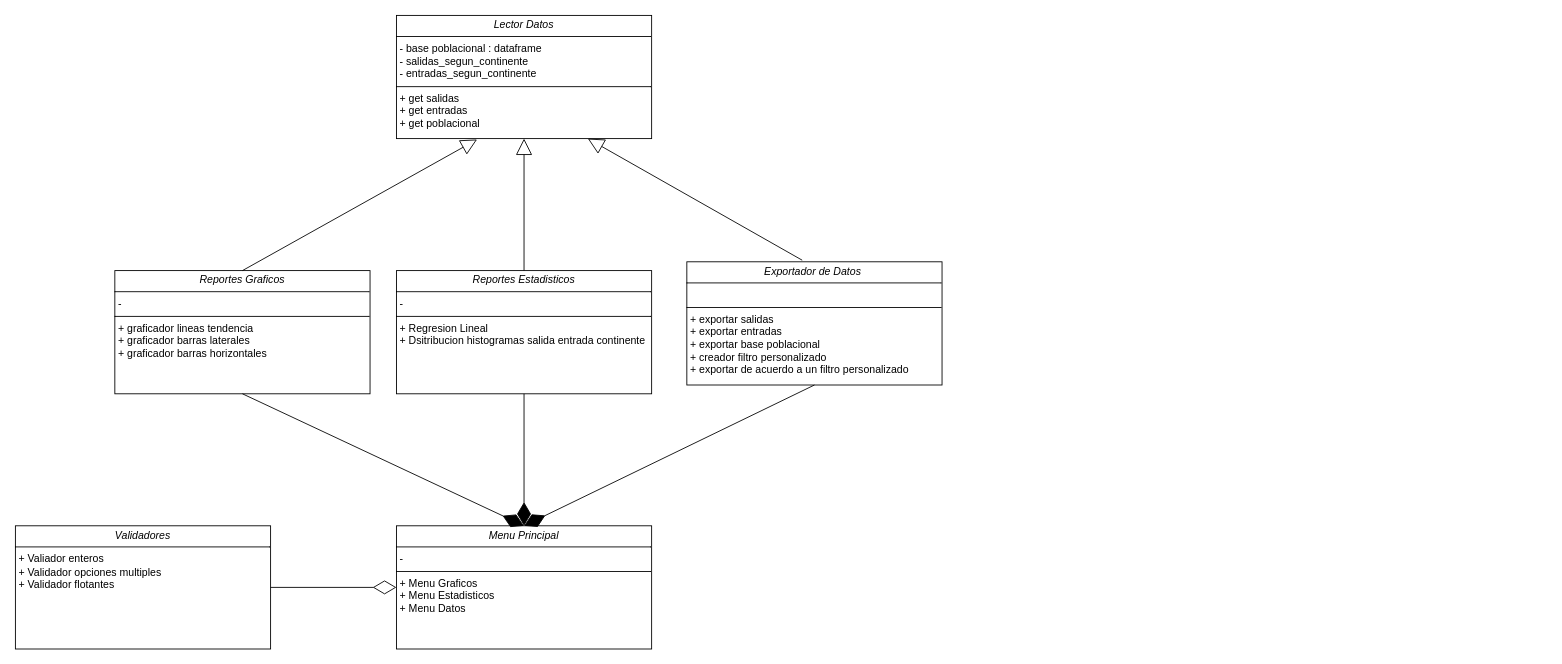
Code0008/PROYECTO_FINAL_POO_CC201 keeps this draw.io diagram as Diagrama sin título.drawio. Above is the earlier version. Source tidied: cells renumbered, new cells numbered last; positions are measured from the earlier drawing's top-left corner, leaving out a move shared by most shapes. Both pictures are drawn from the tidied source at 88%, with x=0, y=0 at pixel (15, 15).
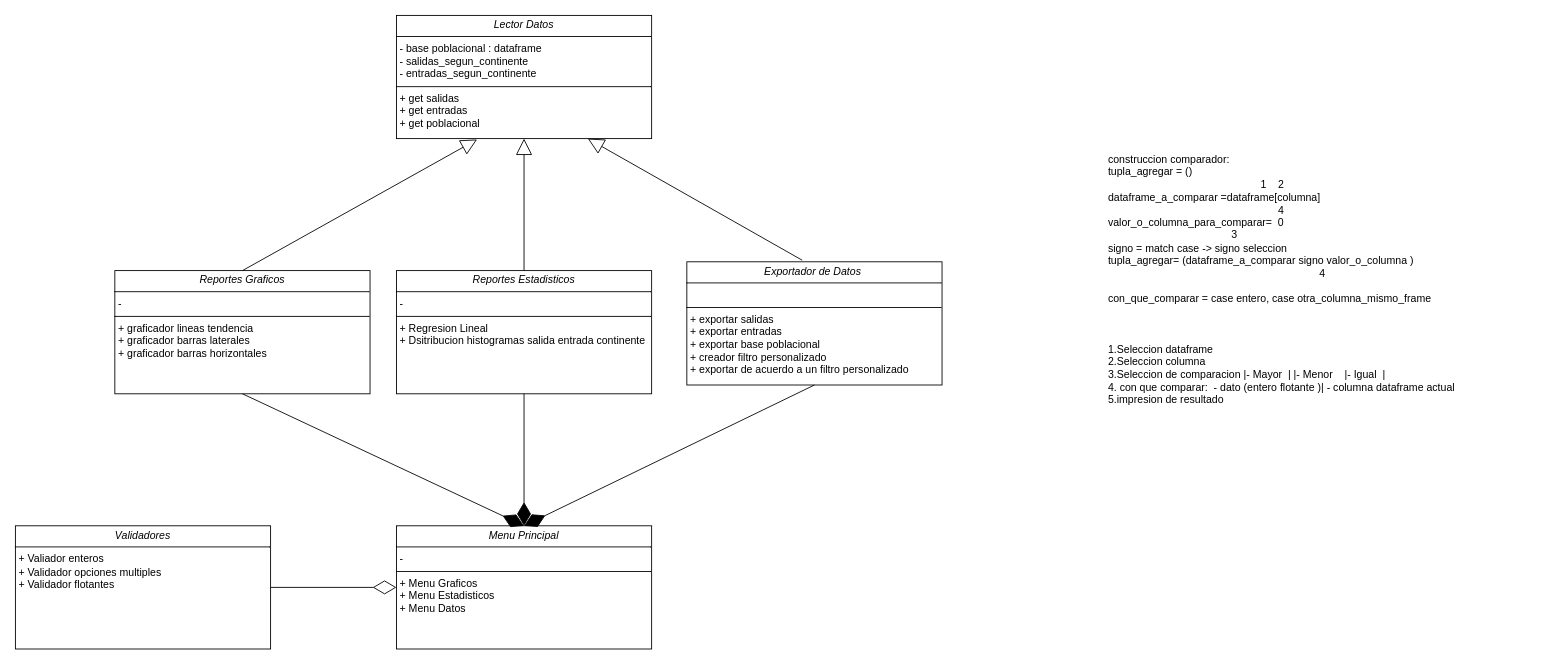
The same page after the edit.

Change to the diagram source:
```diff
@@
 <mxGraphModel>
   <root>
     <mxCell id="0" />
     <mxCell id="1" parent="0" />
     <mxCell id="2" value="&lt;p style=&quot;margin:0px;margin-top:4px;text-align:center;&quot;&gt;&lt;i&gt;Lector Datos&lt;/i&gt;&lt;/p&gt;&lt;hr size=&quot;1&quot; style=&quot;border-style:solid;&quot;&gt;&lt;p style=&quot;margin:0px;margin-left:4px;&quot;&gt;- base poblacional : dataframe&lt;br&gt;- salidas_segun_continente&lt;/p&gt;&lt;p style=&quot;margin:0px;margin-left:4px;&quot;&gt;- entradas_segun_continente&lt;/p&gt;&lt;hr size=&quot;1&quot; style=&quot;border-style:solid;&quot;&gt;&lt;p style=&quot;margin:0px;margin-left:4px;&quot;&gt;+ get salidas&lt;br&gt;+ get entradas&lt;/p&gt;&lt;p style=&quot;margin:0px;margin-left:4px;&quot;&gt;+ get poblacional&lt;/p&gt;" style="verticalAlign=top;align=left;overflow=fill;html=1;whiteSpace=wrap;" parent="1" vertex="1">
       <mxGeometry x="433" width="290" height="140" as="geometry" />
     </mxCell>
     <mxCell id="3" value="&lt;p style=&quot;margin:0px;margin-top:4px;text-align:center;&quot;&gt;&lt;i&gt;Reportes Graficos&lt;/i&gt;&lt;/p&gt;&lt;hr size=&quot;1&quot; style=&quot;border-style:solid;&quot;&gt;&lt;p style=&quot;margin:0px;margin-left:4px;&quot;&gt;-&lt;/p&gt;&lt;hr size=&quot;1&quot; style=&quot;border-style:solid;&quot;&gt;&lt;p style=&quot;margin:0px;margin-left:4px;&quot;&gt;+ graficador lineas tendencia&lt;br&gt;+ graficador barras laterales&lt;/p&gt;&lt;p style=&quot;margin:0px;margin-left:4px;&quot;&gt;+ graficador barras horizontales&lt;/p&gt;&lt;p style=&quot;margin:0px;margin-left:4px;&quot;&gt;&lt;br&gt;&lt;/p&gt;" style="verticalAlign=top;align=left;overflow=fill;html=1;whiteSpace=wrap;" parent="1" vertex="1">
       <mxGeometry x="113" y="290" width="290" height="140" as="geometry" />
     </mxCell>
     <mxCell id="4" value="&lt;p style=&quot;margin:0px;margin-top:4px;text-align:center;&quot;&gt;&lt;i&gt;Reportes Estadisticos&lt;/i&gt;&lt;/p&gt;&lt;hr size=&quot;1&quot; style=&quot;border-style:solid;&quot;&gt;&lt;p style=&quot;margin:0px;margin-left:4px;&quot;&gt;-&amp;nbsp;&amp;nbsp;&lt;/p&gt;&lt;hr size=&quot;1&quot; style=&quot;border-style:solid;&quot;&gt;&lt;p style=&quot;margin:0px;margin-left:4px;&quot;&gt;+ Regresion Lineal&amp;nbsp;&lt;br&gt;+ Dsitribucion histogramas salida entrada continente&lt;/p&gt;&lt;p style=&quot;margin:0px;margin-left:4px;&quot;&gt;&lt;br&gt;&lt;/p&gt;" style="verticalAlign=top;align=left;overflow=fill;html=1;whiteSpace=wrap;" parent="1" vertex="1">
       <mxGeometry x="433" y="290" width="290" height="140" as="geometry" />
     </mxCell>
     <mxCell id="5" style="endArrow=block;endSize=16;endFill=0;html=1;rounded=0;exitX=0.5;exitY=0;exitDx=0;exitDy=0;entryX=0.316;entryY=1.007;entryDx=0;entryDy=0;entryPerimeter=0;" parent="1" edge="1" source="3" target="2">
       <mxGeometry relative="1" as="geometry" />
     </mxCell>
     <mxCell id="6" style="endArrow=block;endSize=16;endFill=0;html=1;rounded=0;exitX=0.5;exitY=0;exitDx=0;exitDy=0;entryX=0.5;entryY=1;entryDx=0;entryDy=0;" parent="1" edge="1" source="4" target="2">
       <mxGeometry relative="1" as="geometry" />
     </mxCell>
     <mxCell id="7" value="&lt;p style=&quot;margin:0px;margin-top:4px;text-align:center;&quot;&gt;&lt;i&gt;Menu Principal&lt;/i&gt;&lt;/p&gt;&lt;hr size=&quot;1&quot; style=&quot;border-style:solid;&quot;&gt;&lt;p style=&quot;margin:0px;margin-left:4px;&quot;&gt;-&amp;nbsp;&lt;/p&gt;&lt;hr size=&quot;1&quot; style=&quot;border-style:solid;&quot;&gt;&lt;p style=&quot;margin:0px;margin-left:4px;&quot;&gt;+ Menu Graficos&lt;/p&gt;&lt;p style=&quot;margin:0px;margin-left:4px;&quot;&gt;+ Menu Estadisticos&lt;/p&gt;&lt;p style=&quot;margin:0px;margin-left:4px;&quot;&gt;+ Menu Datos&lt;/p&gt;&lt;p style=&quot;margin:0px;margin-left:4px;&quot;&gt;&lt;br&gt;&lt;/p&gt;" style="verticalAlign=top;align=left;overflow=fill;html=1;whiteSpace=wrap;" parent="1" vertex="1">
       <mxGeometry x="433" y="580" width="290" height="140" as="geometry" />
     </mxCell>
     <mxCell id="8" style="endArrow=diamondThin;endFill=1;endSize=24;html=1;rounded=0;entryX=0.5;entryY=0;entryDx=0;entryDy=0;exitX=0.5;exitY=1;exitDx=0;exitDy=0;" parent="1" edge="1" source="3" target="7">
       <mxGeometry relative="1" as="geometry" />
     </mxCell>
     <mxCell id="9" style="endArrow=diamondThin;endFill=1;endSize=24;html=1;rounded=0;entryX=0.5;entryY=0;entryDx=0;entryDy=0;exitX=0.5;exitY=1;exitDx=0;exitDy=0;" parent="1" edge="1" source="4" target="7">
       <mxGeometry relative="1" as="geometry" />
     </mxCell>
     <mxCell id="10" value="&lt;p style=&quot;margin:0px;margin-top:4px;text-align:center;&quot;&gt;&lt;i&gt;Exportador de Datos&amp;nbsp;&lt;/i&gt;&lt;/p&gt;&lt;hr size=&quot;1&quot; style=&quot;border-style:solid;&quot;&gt;&lt;p style=&quot;margin:0px;margin-left:4px;&quot;&gt;&lt;span style=&quot;background-color: initial;&quot;&gt;&amp;nbsp;&amp;nbsp;&lt;/span&gt;&lt;/p&gt;&lt;hr size=&quot;1&quot; style=&quot;border-style:solid;&quot;&gt;&lt;p style=&quot;margin:0px;margin-left:4px;&quot;&gt;+ exportar salidas&lt;br&gt;+ exportar entradas&lt;/p&gt;&lt;p style=&quot;margin:0px;margin-left:4px;&quot;&gt;+ exportar base poblacional&lt;/p&gt;&lt;p style=&quot;margin:0px;margin-left:4px;&quot;&gt;+ creador filtro personalizado&lt;/p&gt;&lt;p style=&quot;margin:0px;margin-left:4px;&quot;&gt;+ exportar de acuerdo a un filtro personalizado&amp;nbsp;&lt;/p&gt;&lt;p style=&quot;margin:0px;margin-left:4px;&quot;&gt;&lt;br&gt;&lt;/p&gt;" style="verticalAlign=top;align=left;overflow=fill;html=1;whiteSpace=wrap;" parent="1" vertex="1">
       <mxGeometry x="763" y="280" width="290" height="140" as="geometry" />
     </mxCell>
     <mxCell id="11" style="endArrow=block;endSize=16;endFill=0;html=1;rounded=0;exitX=0.452;exitY=-0.013;exitDx=0;exitDy=0;exitPerimeter=0;entryX=0.75;entryY=1;entryDx=0;entryDy=0;" parent="1" edge="1" source="10" target="2">
       <mxGeometry relative="1" as="geometry" />
     </mxCell>
     <mxCell id="12" style="endArrow=diamondThin;endFill=1;endSize=24;html=1;rounded=0;exitX=0.5;exitY=1;exitDx=0;exitDy=0;entryX=0.5;entryY=0;entryDx=0;entryDy=0;" parent="1" edge="1" source="10" target="7">
       <mxGeometry relative="1" as="geometry" />
     </mxCell>
     <mxCell id="13" value="&lt;p style=&quot;margin:0px;margin-top:4px;text-align:center;&quot;&gt;&lt;i&gt;Validadores&lt;/i&gt;&lt;/p&gt;&lt;hr size=&quot;1&quot; style=&quot;border-style:solid;&quot;&gt;&lt;p style=&quot;margin:0px;margin-left:4px;&quot;&gt;+ Valiador enteros&lt;/p&gt;&lt;p style=&quot;margin:0px;margin-left:4px;&quot;&gt;+ Validador opciones multiples&lt;/p&gt;&lt;p style=&quot;margin:0px;margin-left:4px;&quot;&gt;+ Validador flotantes&lt;/p&gt;&lt;p style=&quot;margin:0px;margin-left:4px;&quot;&gt;&lt;br&gt;&lt;/p&gt;" style="verticalAlign=top;align=left;overflow=fill;html=1;whiteSpace=wrap;" parent="1" vertex="1">
       <mxGeometry y="580" width="290" height="140" as="geometry" />
     </mxCell>
     <mxCell id="14" style="endArrow=diamondThin;endFill=0;endSize=24;html=1;rounded=0;entryX=0;entryY=0.5;entryDx=0;entryDy=0;exitX=1;exitY=0.5;exitDx=0;exitDy=0;" parent="1" edge="1" source="13" target="7">
       <mxGeometry relative="1" as="geometry" />
     </mxCell>
+    <mxCell id="15" value="construccion comparador: &#10;tupla_agregar = ()&#10;                                                    1    2&#10;dataframe_a_comparar =dataframe[columna]&#10;                                                          4&#10;valor_o_columna_para_comparar=  0&#10;                                          3  &#10;signo = match case -&gt; signo seleccion&#10;tupla_agregar= (dataframe_a_comparar signo valor_o_columna )&#10;                                                                        4&#10;&#10;con_que_comparar = case entero, case otra_columna_mismo_frame&#10;&#10;&#10;            &#10;1.Seleccion dataframe&#10;2.Seleccion columna&#10;3.Seleccion de comparacion |- Mayor  | |- Menor    |- Igual  |&#10;4. con que comparar:  - dato (entero flotante )| - columna dataframe actual&#10;5.impresion de resultado" style="text;whiteSpace=wrap;" parent="1" vertex="1">
+      <mxGeometry x="1240" y="150" width="500" height="330" as="geometry" />
+    </mxCell>
   </root>
 </mxGraphModel>
```
